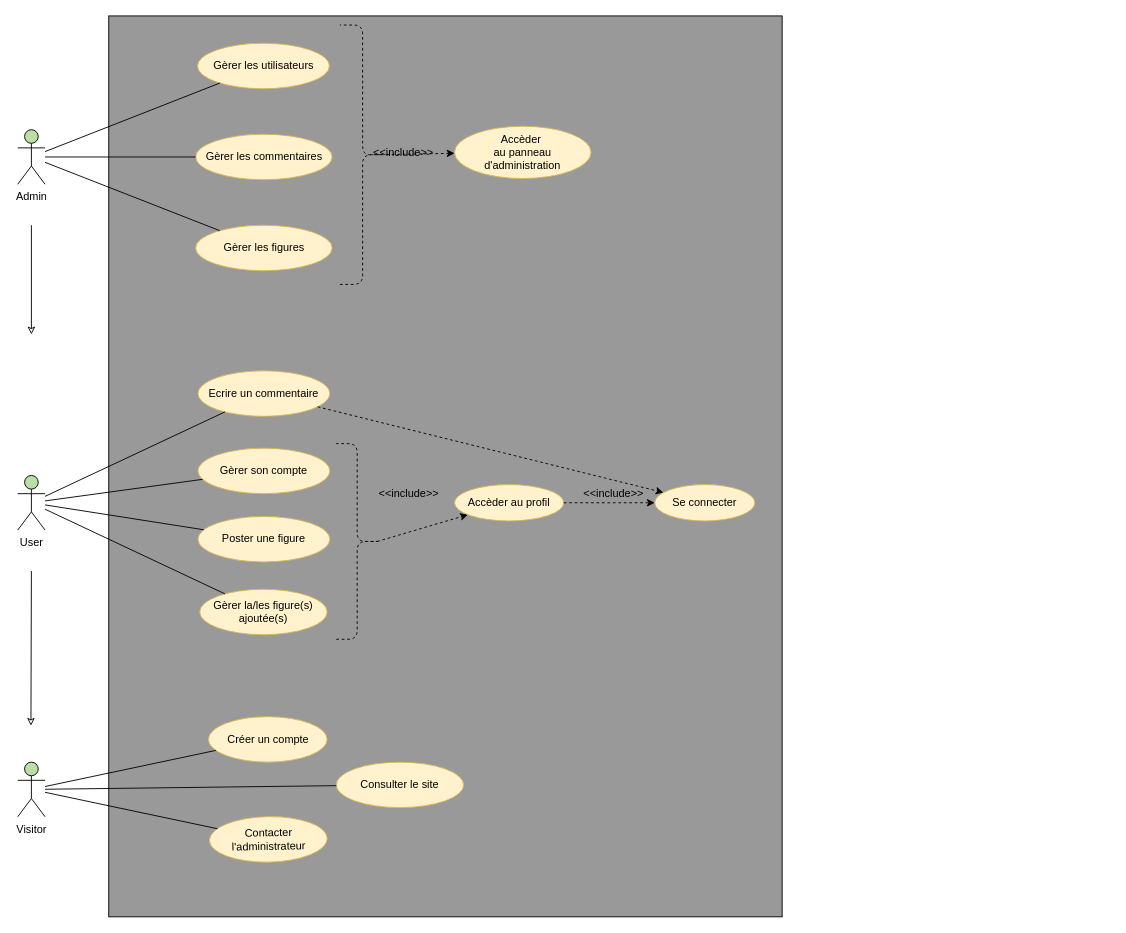
JgPhil/Snowtricks keeps this draw.io diagram as Diagrammes/Use Case/UseCaseGlobal.drawio. Above is the earlier version. Source tidied: cells renumbered, new cells numbered last; positions are measured from the earlier drawing's top-left corner, leaving out a move shared by most shapes. Both pictures are drawn from the tidied source at 91%, with x=0, y=0 at pixel (17, 15).
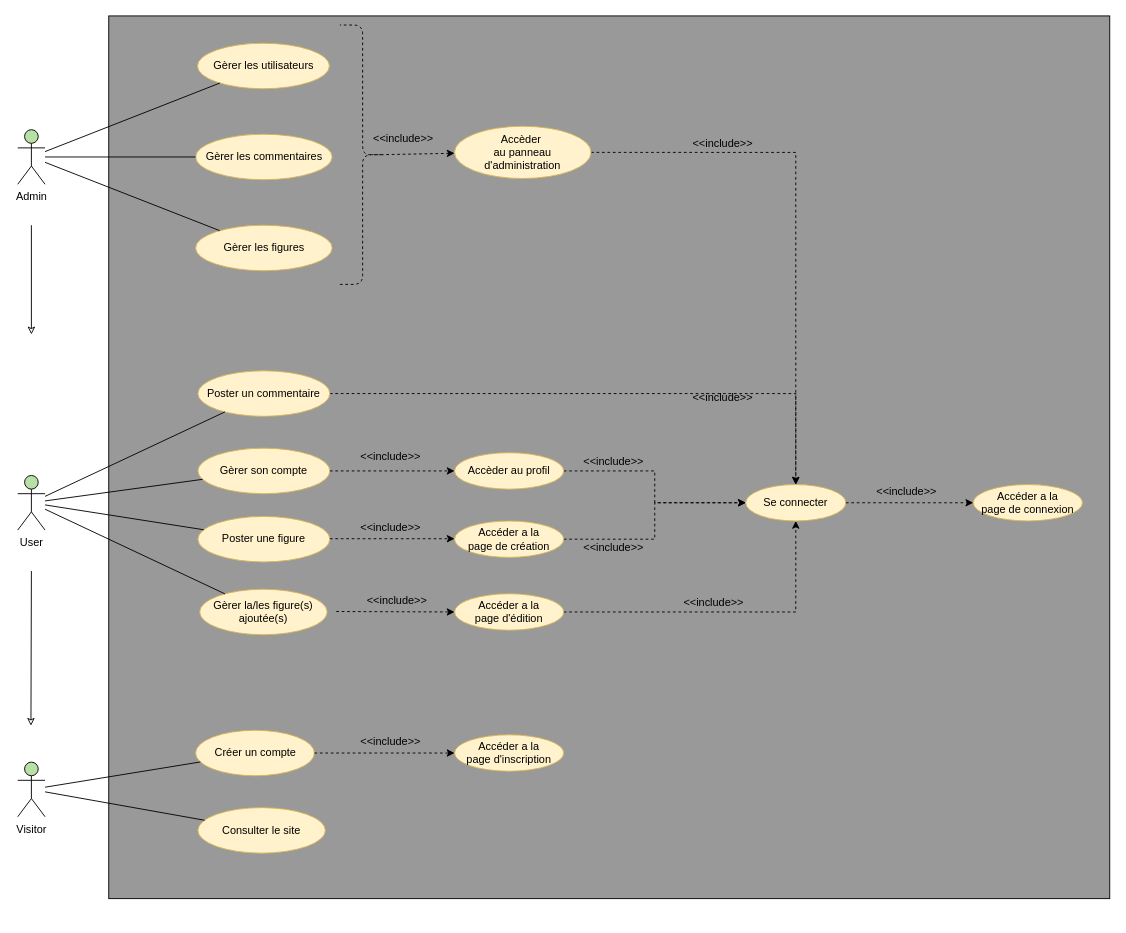
The same diagram, later.

Unchanged cells that the change refers to:
```xml
<mxCell id="7" value="Visitor" style="shape=umlActor;verticalLabelPosition=bottom;labelBackgroundColor=#ffffff;verticalAlign=top;html=1;outlineConnect=0;fillColor=#B9E0A5;" parent="1" vertex="1">
  <mxGeometry y="820" width="30" height="60" as="geometry" />
</mxCell>
<mxCell id="15" value="Gèrer son compte" style="ellipse;whiteSpace=wrap;html=1;fillColor=#fff2cc;strokeColor=#d6b656;" parent="1" vertex="1">
  <mxGeometry x="198" y="475" width="145" height="50" as="geometry" />
</mxCell>
<mxCell id="30" value="Accèder&amp;nbsp;&lt;br&gt;au panneau d'administration" style="ellipse;whiteSpace=wrap;html=1;fillColor=#fff2cc;strokeColor=#d6b656;" parent="1" vertex="1">
  <mxGeometry x="480" y="121.2" width="150" height="57.5" as="geometry" />
</mxCell>
```

Change to the diagram source:
```diff
@@
     <mxCell id="2" style="rounded=0;whiteSpace=wrap;html=1;fillColor=#999999;" parent="1" vertex="1">
-      <mxGeometry x="100" width="740" height="990" as="geometry" />
+      <mxGeometry x="100" width="1100" height="970" as="geometry" />
     </mxCell>
@@
     <mxCell id="8" value="Consulter le site" style="ellipse;whiteSpace=wrap;html=1;fillColor=#fff2cc;strokeColor=#d6b656;" parent="1" vertex="1">
-      <mxGeometry x="350" y="820" width="140" height="50" as="geometry" />
+      <mxGeometry x="198" y="870" width="140" height="50" as="geometry" />
     </mxCell>
-    <mxCell id="9" value="Contacter l'administrateur" style="ellipse;whiteSpace=wrap;html=1;fillColor=#fff2cc;strokeColor=#d6b656;rotation=-1;" parent="1" vertex="1">
-      <mxGeometry x="210.6" y="879.9" width="129.5" height="50" as="geometry" />
-    </mxCell>
     <mxCell id="10" value="Créer un compte" style="ellipse;whiteSpace=wrap;html=1;fillColor=#fff2cc;strokeColor=#d6b656;" parent="1" vertex="1">
-      <mxGeometry x="209.5" y="770" width="130.5" height="50" as="geometry" />
+      <mxGeometry x="195.5" y="785" width="130.5" height="50" as="geometry" />
     </mxCell>
@@
-    <mxCell id="12" style="endArrow=none;html=1;" parent="1" edge="1" source="7" target="9">
-      <mxGeometry relative="1" as="geometry" />
-    </mxCell>
@@
+    <mxCell id="40" style="rounded=0;jettySize=auto;html=1;exitX=1;exitY=0.5;exitDx=0;exitDy=0;elbow=vertical;edgeStyle=orthogonalEdgeStyle;dashed=1;" parent="1" edge="1" source="14" target="31">
+      <mxGeometry relative="1" as="geometry" />
+    </mxCell>
-    <mxCell id="14" value="Ecrire un commentaire" style="ellipse;whiteSpace=wrap;html=1;fillColor=#fff2cc;strokeColor=#d6b656;" parent="1" vertex="1">
+    <mxCell id="14" value="Poster un commentaire" style="ellipse;whiteSpace=wrap;html=1;fillColor=#fff2cc;strokeColor=#d6b656;" parent="1" vertex="1">
       <mxGeometry x="198" y="390" width="145" height="50" as="geometry" />
     </mxCell>
@@
     <mxCell id="26" value="&amp;lt;&amp;lt;include&amp;gt;&amp;gt;" style="text;html=1;strokeColor=none;fillColor=none;align=center;verticalAlign=middle;whiteSpace=wrap;rounded=0;" parent="1" vertex="1">
-      <mxGeometry x="404" y="140" width="40" height="20" as="geometry" />
+      <mxGeometry x="404" y="125" width="40" height="20" as="geometry" />
     </mxCell>
-    <mxCell id="27" style="shape=curlyBracket;whiteSpace=wrap;html=1;rounded=1;rotation=-180;dashed=1;size=0.54;" parent="1" vertex="1">
-      <mxGeometry x="350" y="470" width="50" height="215" as="geometry" />
-    </mxCell>
-    <mxCell id="28" style="endArrow=classic;html=1;exitX=0.1;exitY=0.5;exitDx=0;exitDy=0;exitPerimeter=0;dashed=1;" parent="1" edge="1" source="27" target="32">
+    <mxCell id="28" style="endArrow=classic;html=1;dashed=1;" parent="1" edge="1" source="15" target="32">
       <mxGeometry relative="1" as="geometry" />
     </mxCell>
     <mxCell id="29" value="&amp;lt;&amp;lt;include&amp;gt;&amp;gt;" style="text;html=1;strokeColor=none;fillColor=none;align=center;verticalAlign=middle;whiteSpace=wrap;rounded=0;" parent="1" vertex="1">
-      <mxGeometry x="620" y="515" width="70" height="20" as="geometry" />
+      <mxGeometry x="740" y="410" width="70" height="20" as="geometry" />
     </mxCell>
+    <mxCell id="41" style="rounded=0;jettySize=auto;html=1;exitX=1;exitY=0.5;exitDx=0;exitDy=0;elbow=vertical;edgeStyle=orthogonalEdgeStyle;dashed=1;" parent="1" edge="1" source="30" target="31">
+      <mxGeometry relative="1" as="geometry" />
+    </mxCell>
@@
     <mxCell id="31" value="Se connecter" style="ellipse;whiteSpace=wrap;html=1;fillColor=#fff2cc;strokeColor=#d6b656;" parent="1" vertex="1">
-      <mxGeometry x="700" y="515" width="110" height="40" as="geometry" />
+      <mxGeometry x="800" y="515" width="110" height="40" as="geometry" />
     </mxCell>
+    <mxCell id="39" style="rounded=0;jettySize=auto;html=1;exitX=1;exitY=0.5;exitDx=0;exitDy=0;elbow=vertical;edgeStyle=orthogonalEdgeStyle;dashed=1;" parent="1" edge="1" source="32" target="31">
+      <mxGeometry relative="1" as="geometry" />
+    </mxCell>
     <mxCell id="32" value="Accèder au profil" style="ellipse;whiteSpace=wrap;html=1;fillColor=#fff2cc;strokeColor=#d6b656;" parent="1" vertex="1">
-      <mxGeometry x="480" y="515" width="120" height="40" as="geometry" />
+      <mxGeometry x="480" y="480" width="120" height="40" as="geometry" />
     </mxCell>
     <mxCell id="33" value="&amp;lt;&amp;lt;include&amp;gt;&amp;gt;" style="text;html=1;strokeColor=none;fillColor=none;align=center;verticalAlign=middle;whiteSpace=wrap;rounded=0;" parent="1" vertex="1">
-      <mxGeometry x="410" y="515" width="40" height="20" as="geometry" />
+      <mxGeometry x="390" y="475" width="40" height="20" as="geometry" />
     </mxCell>
@@
-    <mxCell id="39" style="endArrow=classic;html=1;dashed=1;" parent="1" edge="1" source="32" target="31">
-      <mxGeometry relative="1" as="geometry" />
-    </mxCell>
-    <mxCell id="40" style="endArrow=classic;html=1;dashed=1;" parent="1" edge="1" source="14" target="31">
-      <mxGeometry relative="1" as="geometry" />
-    </mxCell>
+    <mxCell id="42" style="rounded=0;jettySize=auto;html=1;exitX=1;exitY=0.5;exitDx=0;exitDy=0;elbow=vertical;edgeStyle=orthogonalEdgeStyle;dashed=1;" parent="1" edge="1" source="43" target="31">
+      <mxGeometry relative="1" as="geometry" />
+    </mxCell>
+    <mxCell id="43" value="Accéder a la &lt;br&gt;page de création" style="ellipse;whiteSpace=wrap;html=1;fillColor=#fff2cc;strokeColor=#d6b656;" parent="1" vertex="1">
+      <mxGeometry x="480" y="555" width="120" height="40" as="geometry" />
+    </mxCell>
+    <mxCell id="44" style="endArrow=classic;html=1;dashed=1;" parent="1" edge="1">
+      <mxGeometry relative="1" as="geometry">
+        <mxPoint x="343" y="574.5" as="sourcePoint" />
+        <mxPoint x="480" y="574.5" as="targetPoint" />
+      </mxGeometry>
+    </mxCell>
+    <mxCell id="45" value="&amp;lt;&amp;lt;include&amp;gt;&amp;gt;" style="text;html=1;strokeColor=none;fillColor=none;align=center;verticalAlign=middle;whiteSpace=wrap;rounded=0;" parent="1" vertex="1">
+      <mxGeometry x="390" y="555" width="40" height="15" as="geometry" />
+    </mxCell>
+    <mxCell id="46" style="rounded=0;jettySize=auto;html=1;exitX=1;exitY=0.5;exitDx=0;exitDy=0;elbow=vertical;edgeStyle=orthogonalEdgeStyle;dashed=1;" parent="1" edge="1" source="47" target="31">
+      <mxGeometry relative="1" as="geometry" />
+    </mxCell>
+    <mxCell id="47" value="Accéder a la &lt;br&gt;page d'édition" style="ellipse;whiteSpace=wrap;html=1;fillColor=#fff2cc;strokeColor=#d6b656;" parent="1" vertex="1">
+      <mxGeometry x="480" y="635" width="120" height="40" as="geometry" />
+    </mxCell>
+    <mxCell id="48" style="endArrow=classic;html=1;dashed=1;" parent="1" edge="1" target="47">
+      <mxGeometry relative="1" as="geometry">
+        <mxPoint x="350" y="654.5" as="sourcePoint" />
+      </mxGeometry>
+    </mxCell>
+    <mxCell id="49" value="&amp;lt;&amp;lt;include&amp;gt;&amp;gt;" style="text;html=1;strokeColor=none;fillColor=none;align=center;verticalAlign=middle;whiteSpace=wrap;rounded=0;" parent="1" vertex="1">
+      <mxGeometry x="397" y="635" width="40" height="15" as="geometry" />
+    </mxCell>
+    <mxCell id="50" value="&amp;lt;&amp;lt;include&amp;gt;&amp;gt;" style="text;html=1;strokeColor=none;fillColor=none;align=center;verticalAlign=middle;whiteSpace=wrap;rounded=0;" parent="1" vertex="1">
+      <mxGeometry x="740" y="130" width="70" height="20" as="geometry" />
+    </mxCell>
+    <mxCell id="51" value="&amp;lt;&amp;lt;include&amp;gt;&amp;gt;" style="text;html=1;strokeColor=none;fillColor=none;align=center;verticalAlign=middle;whiteSpace=wrap;rounded=0;" parent="1" vertex="1">
+      <mxGeometry x="620" y="480" width="70" height="20" as="geometry" />
+    </mxCell>
+    <mxCell id="52" value="&amp;lt;&amp;lt;include&amp;gt;&amp;gt;" style="text;html=1;strokeColor=none;fillColor=none;align=center;verticalAlign=middle;whiteSpace=wrap;rounded=0;" parent="1" vertex="1">
+      <mxGeometry x="620" y="575" width="70" height="20" as="geometry" />
+    </mxCell>
+    <mxCell id="53" value="&amp;lt;&amp;lt;include&amp;gt;&amp;gt;" style="text;html=1;strokeColor=none;fillColor=none;align=center;verticalAlign=middle;whiteSpace=wrap;rounded=0;" parent="1" vertex="1">
+      <mxGeometry x="730" y="635" width="70" height="20" as="geometry" />
+    </mxCell>
+    <mxCell id="54" value="Accéder a la &lt;br&gt;page d'inscription" style="ellipse;whiteSpace=wrap;html=1;fillColor=#fff2cc;strokeColor=#d6b656;" parent="1" vertex="1">
+      <mxGeometry x="480" y="790" width="120" height="40" as="geometry" />
+    </mxCell>
+    <mxCell id="55" style="endArrow=classic;html=1;dashed=1;" parent="1" edge="1" source="10" target="54">
+      <mxGeometry relative="1" as="geometry" />
+    </mxCell>
+    <mxCell id="56" value="&amp;lt;&amp;lt;include&amp;gt;&amp;gt;" style="text;html=1;strokeColor=none;fillColor=none;align=center;verticalAlign=middle;whiteSpace=wrap;rounded=0;" parent="1" vertex="1">
+      <mxGeometry x="390" y="790" width="40" height="15" as="geometry" />
+    </mxCell>
+    <mxCell id="57" value="Accéder a la &lt;br&gt;page de connexion" style="ellipse;whiteSpace=wrap;html=1;fillColor=#fff2cc;strokeColor=#d6b656;" parent="1" vertex="1">
+      <mxGeometry x="1050" y="515" width="120" height="40" as="geometry" />
+    </mxCell>
+    <mxCell id="58" style="endArrow=classic;html=1;dashed=1;" parent="1" edge="1" source="31" target="57">
+      <mxGeometry relative="1" as="geometry" />
+    </mxCell>
+    <mxCell id="59" value="&amp;lt;&amp;lt;include&amp;gt;&amp;gt;" style="text;html=1;strokeColor=none;fillColor=none;align=center;verticalAlign=middle;whiteSpace=wrap;rounded=0;" parent="1" vertex="1">
+      <mxGeometry x="957" y="515" width="40" height="15" as="geometry" />
+    </mxCell>
```
